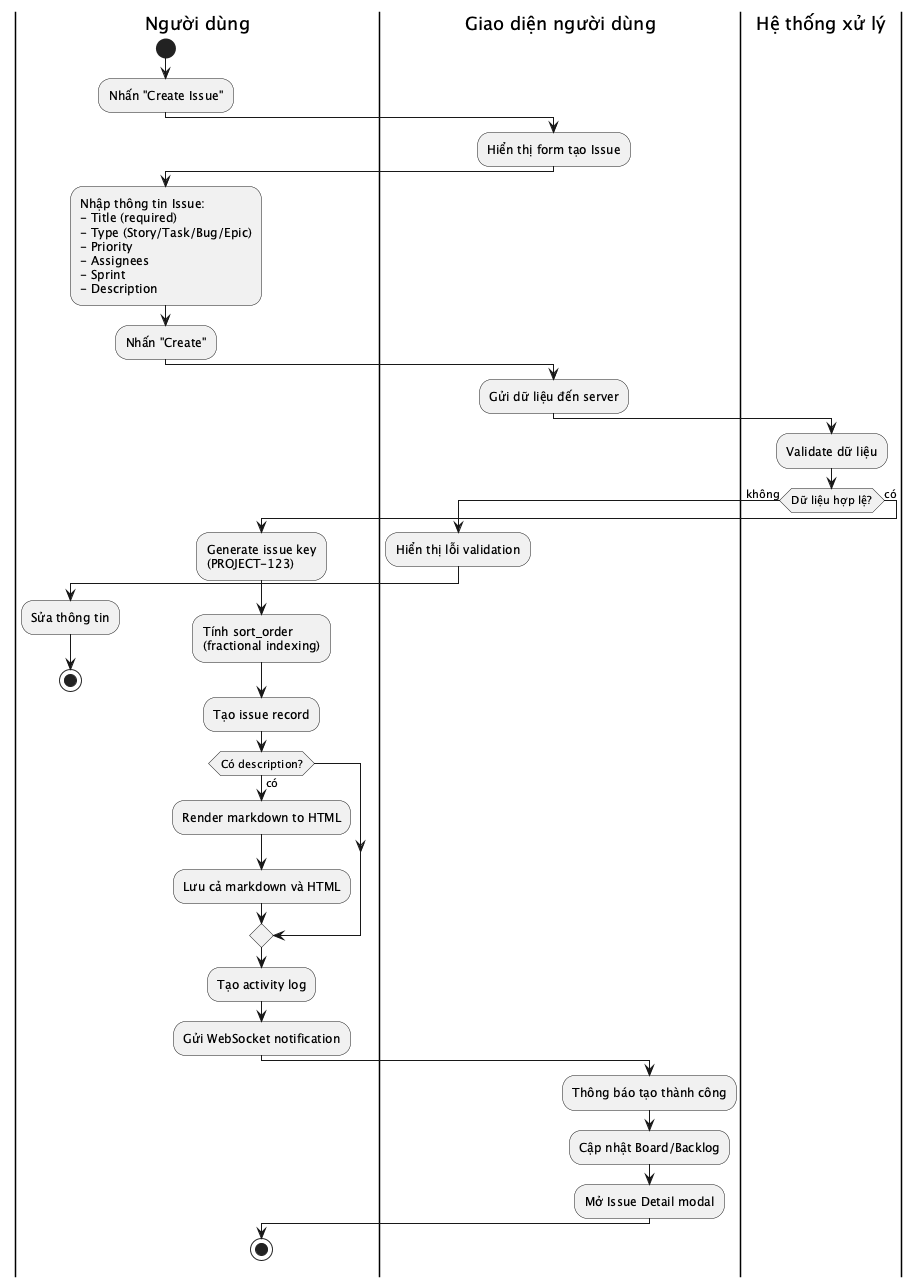
Before: reports/dat-examples/report/images/act_create_issue.png, a diagram exported from PlantUML (toantran292/datn).
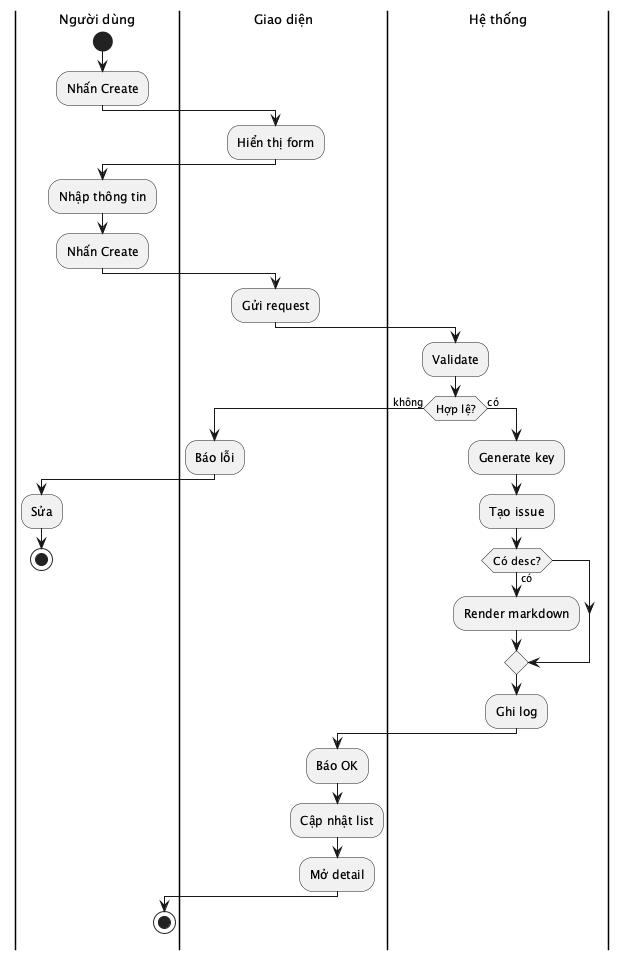
The same file after the commit.

Diff of the diagram source:
```diff
@@ -1,44 +1,45 @@
 @startuml act_create_issue
+skinparam defaultFontSize 13
+skinparam activityFontSize 12
+skinparam activityDiamondFontSize 11
+skinparam activityArrowFontSize 10
+skinparam partitionFontSize 13
+
 |Người dùng|
 start
-:Nhấn "Create Issue";
-|Giao diện người dùng|
-:Hiển thị form tạo Issue;
+:Nhấn Create;
+
+|Giao diện|
+:Hiển thị form;
+
 |Người dùng|
-:Nhập thông tin Issue:
-- Title (required)
-- Type (Story/Task/Bug/Epic)
-- Priority
-- Assignees
-- Sprint
-- Description;
-:Nhấn "Create";
-|Giao diện người dùng|
-:Gửi dữ liệu đến server;
-|Hệ thống xử lý|
-:Validate dữ liệu;
-if (Dữ liệu hợp lệ?) then (không)
-  |Giao diện người dùng|
-  :Hiển thị lỗi validation;
+:Nhập thông tin;
+:Nhấn Create;
+
+|Giao diện|
+:Gửi request;
+
+|Hệ thống|
+:Validate;
+
+if (Hợp lệ?) then (không)
+  |Giao diện|
+  :Báo lỗi;
   |Người dùng|
-  :Sửa thông tin;
+  :Sửa;
   stop
 else (có)
-  :Generate issue key
-  (PROJECT-123);
-  :Tính sort_order
-  (fractional indexing);
-  :Tạo issue record;
-  if (Có description?) then (có)
-    :Render markdown to HTML;
-    :Lưu cả markdown và HTML;
+  |Hệ thống|
+  :Generate key;
+  :Tạo issue;
+  if (Có desc?) then (có)
+    :Render markdown;
   endif
-  :Tạo activity log;
-  :Gửi WebSocket notification;
-  |Giao diện người dùng|
-  :Thông báo tạo thành công;
-  :Cập nhật Board/Backlog;
-  :Mở Issue Detail modal;
+  :Ghi log;
+  |Giao diện|
+  :Báo OK;
+  :Cập nhật list;
+  :Mở detail;
   |Người dùng|
   stop
 endif
```
